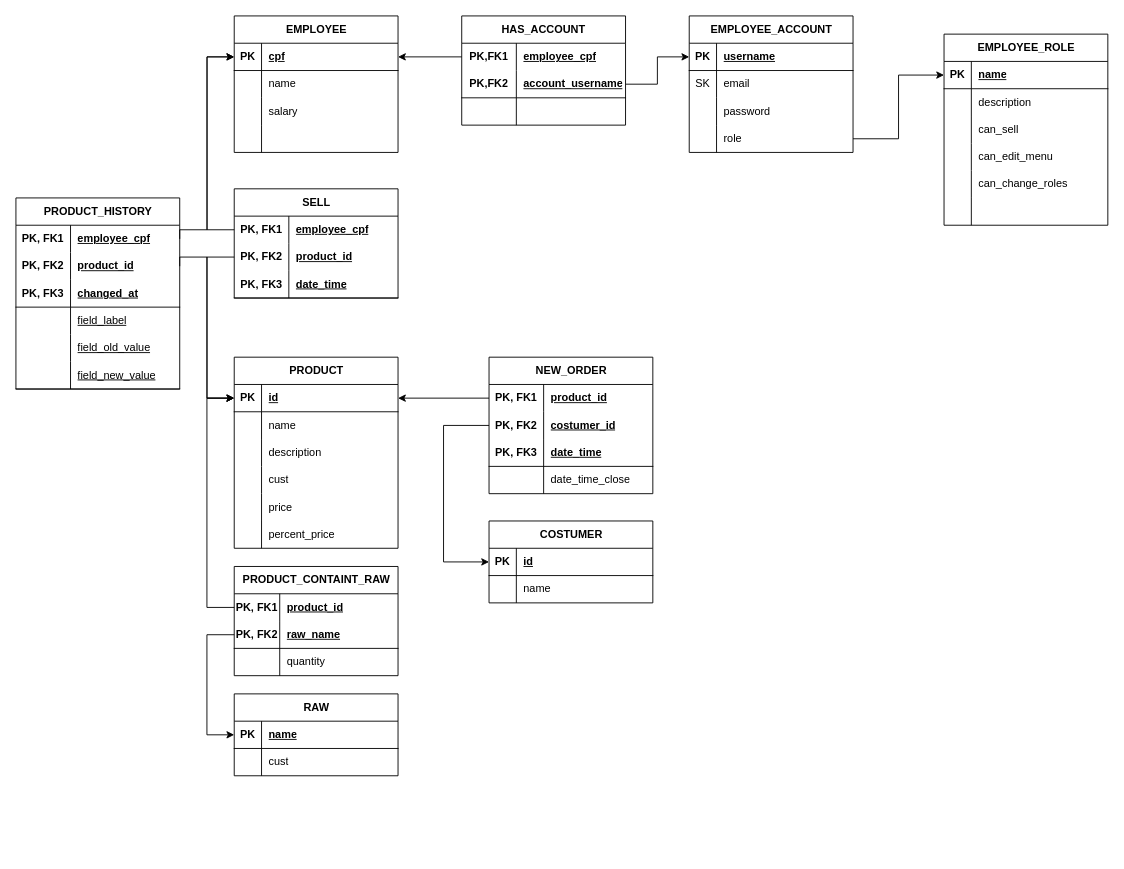
Above: page "Diagrama REL" (2 of 2) of database/database.drawio in ikuyorih9/HisamiDoceria (draw.io), before the change. Source tidied: cells renumbered, new cells numbered last; positions are measured from the earlier drawing's top-left corner, leaving out a move shared by most shapes. Both pictures are drawn from the tidied source at 91%, with x=0, y=0 at pixel (15, 15).
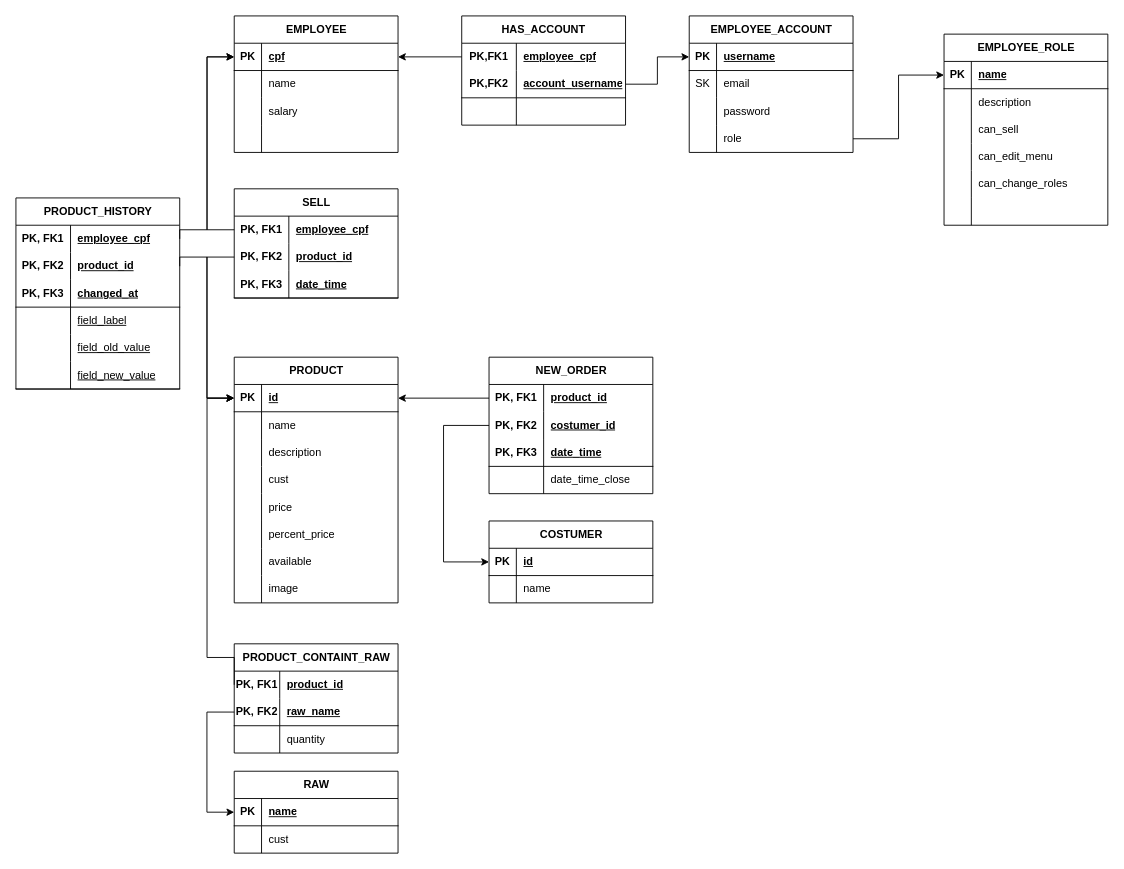
After the change.

Unchanged cells that the change refers to:
```xml
<mxCell id="61" style="shape=tableRow;horizontal=0;startSize=0;swimlaneHead=0;swimlaneBody=0;fillColor=none;points=[[0,0.5],[1,0.5]];portConstraint=eastwest;top=0;left=0;right=0;bottom=1;" parent="60" vertex="1">
  <mxGeometry y="30" width="180" height="30" as="geometry" />
</mxCell>
<mxCell id="80" style="shape=tableRow;horizontal=0;startSize=0;swimlaneHead=0;swimlaneBody=0;fillColor=none;points=[[0,0.5],[1,0.5]];portConstraint=eastwest;top=0;left=0;right=0;bottom=1;" parent="79" vertex="1">
  <mxGeometry y="30" width="180" height="30" as="geometry" />
</mxCell>
<mxCell id="87" style="shape=tableRow;horizontal=0;startSize=0;swimlaneHead=0;swimlaneBody=0;fillColor=none;points=[[0,0.5],[1,0.5]];portConstraint=eastwest;top=0;left=0;right=0;bottom=0;swimlaneLine=0;" parent="86" vertex="1">
  <mxGeometry y="30" width="180" height="30" as="geometry" />
</mxCell>
<mxCell id="90" style="shape=tableRow;horizontal=0;startSize=0;swimlaneHead=0;swimlaneBody=0;fillColor=none;points=[[0,0.5],[1,0.5]];portConstraint=eastwest;top=0;left=0;right=0;bottom=1;" parent="86" vertex="1">
  <mxGeometry y="60" width="180" height="30" as="geometry" />
</mxCell>
```

The edit, as a diff of the source:
```diff
@@
     <mxCell id="60" value="PRODUCT" style="shape=table;startSize=30;childLayout=tableLayout;rowLines=0;fontStyle=1;align=center;html=1;" parent="1" vertex="1">
-      <mxGeometry x="239.9" y="375" width="180" height="210" as="geometry" />
+      <mxGeometry x="239.9" y="375" width="180" height="270" as="geometry" />
     </mxCell>
@@
+    <mxCell id="153" style="shape=tableRow;horizontal=0;startSize=0;swimlaneHead=0;swimlaneBody=0;fillColor=none;top=0;left=0;right=0;bottom=0;" parent="60" vertex="1">
+      <mxGeometry y="210" width="180" height="30" as="geometry" />
+    </mxCell>
+    <mxCell id="154" style="shape=partialRectangle;fillColor=none;top=0;left=0;bottom=0;right=0;overflow=hidden;whiteSpace=wrap;html=1;" parent="153" vertex="1">
+      <mxGeometry width="30" height="30" as="geometry" />
+    </mxCell>
+    <mxCell id="155" value="available" style="shape=partialRectangle;fillColor=none;top=0;left=0;bottom=0;right=0;align=left;spacingLeft=6;overflow=hidden;whiteSpace=wrap;html=1;" parent="153" vertex="1">
+      <mxGeometry x="30" width="150" height="30" as="geometry" />
+    </mxCell>
+    <mxCell id="156" style="shape=tableRow;horizontal=0;startSize=0;swimlaneHead=0;swimlaneBody=0;fillColor=none;top=0;left=0;right=0;bottom=0;" parent="60" vertex="1">
+      <mxGeometry y="240" width="180" height="30" as="geometry" />
+    </mxCell>
+    <mxCell id="157" style="shape=partialRectangle;fillColor=none;top=0;left=0;bottom=0;right=0;overflow=hidden;whiteSpace=wrap;html=1;" parent="156" vertex="1">
+      <mxGeometry width="30" height="30" as="geometry" />
+    </mxCell>
+    <mxCell id="158" value="image" style="shape=partialRectangle;fillColor=none;top=0;left=0;bottom=0;right=0;align=left;spacingLeft=6;overflow=hidden;whiteSpace=wrap;html=1;" parent="156" vertex="1">
+      <mxGeometry x="30" width="150" height="30" as="geometry" />
+    </mxCell>
     <mxCell id="79" value="RAW" style="shape=table;startSize=30;childLayout=tableLayout;rowLines=0;fontStyle=1;align=center;html=1;" parent="1" vertex="1">
-      <mxGeometry x="239.9" y="745" width="180" height="90" as="geometry" />
+      <mxGeometry x="239.9" y="830" width="180" height="90" as="geometry" />
     </mxCell>
@@
     <mxCell id="86" value="PRODUCT_CONTAINT_RAW" style="shape=table;startSize=30;childLayout=tableLayout;rowLines=0;fontStyle=1;align=center;html=1;" parent="1" vertex="1">
-      <mxGeometry x="239.9" y="605" width="180" height="120" as="geometry" />
+      <mxGeometry x="239.9" y="690" width="180" height="120" as="geometry" />
     </mxCell>
@@
     <mxCell id="96" style="edgeStyle=orthogonalEdgeStyle;rounded=0;jettySize=auto;html=1;exitX=0;exitY=0.5;exitDx=0;exitDy=0;entryX=0;entryY=0.5;entryDx=0;entryDy=0;" parent="1" edge="1" source="87" target="61">
       <mxGeometry relative="1" as="geometry">
         <Array as="points">
-          <mxPoint x="209.9" y="650" />
-          <mxPoint x="209.9" y="420" />
+          <mxPoint x="210" y="705" />
+          <mxPoint x="210" y="420" />
         </Array>
       </mxGeometry>
     </mxCell>
     <mxCell id="97" style="edgeStyle=orthogonalEdgeStyle;rounded=0;jettySize=auto;html=1;exitX=0;exitY=0.5;exitDx=0;exitDy=0;entryX=0;entryY=0.5;entryDx=0;entryDy=0;" parent="1" edge="1" source="90" target="80">
       <mxGeometry relative="1" as="geometry">
         <Array as="points">
-          <mxPoint x="209.9" y="680" />
-          <mxPoint x="209.9" y="790" />
+          <mxPoint x="209.9" y="765" />
+          <mxPoint x="209.9" y="875" />
         </Array>
       </mxGeometry>
     </mxCell>
```
